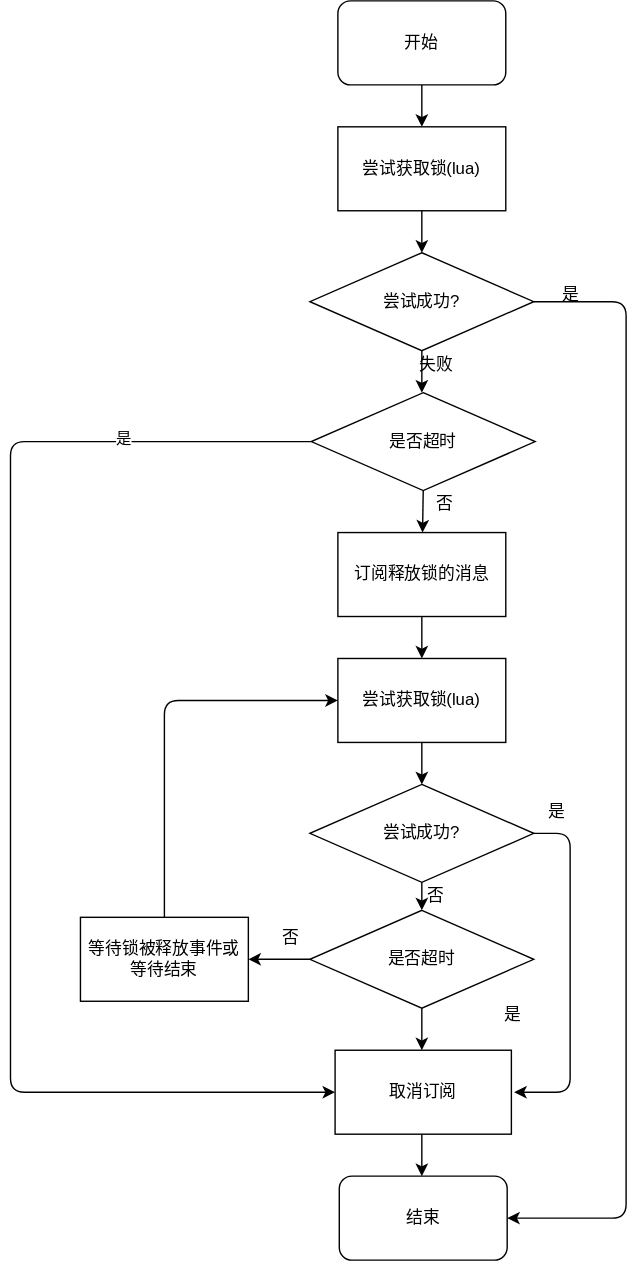
Earlier version of the draw.io export redisson/src/main/resources/md/lock/RedissonLock.dio.svg (VegetableBCoder/redisson-learn). Source tidied: cells renumbered, new cells last; positions are measured from the earlier drawing's top-left corner, leaving out a move shared by most shapes. Its diagram source:
```xml
<mxGraphModel>
  <root>
    <mxCell id="0" />
    <mxCell id="1" parent="0" />
    <mxCell id="2" style="edgeStyle=none;html=1;exitX=0.5;exitY=1;exitDx=0;exitDy=0;entryX=0.5;entryY=0;entryDx=0;entryDy=0;" parent="1" edge="1" source="3" target="5">
      <mxGeometry relative="1" as="geometry" />
    </mxCell>
    <mxCell id="3" value="开始" style="rounded=1;whiteSpace=wrap;html=1;" parent="1" vertex="1">
      <mxGeometry x="234" width="120" height="60" as="geometry" />
    </mxCell>
    <mxCell id="4" style="edgeStyle=none;html=1;exitX=0.5;exitY=1;exitDx=0;exitDy=0;entryX=0.5;entryY=0;entryDx=0;entryDy=0;" parent="1" edge="1" source="5" target="8">
      <mxGeometry relative="1" as="geometry" />
    </mxCell>
    <mxCell id="5" value="尝试获取锁(lua)" style="rounded=0;whiteSpace=wrap;html=1;" parent="1" vertex="1">
      <mxGeometry x="234" y="90" width="120" height="60" as="geometry" />
    </mxCell>
    <mxCell id="6" style="edgeStyle=none;html=1;exitX=0.5;exitY=1;exitDx=0;exitDy=0;entryX=0.5;entryY=0;entryDx=0;entryDy=0;" parent="1" edge="1" source="8">
      <mxGeometry relative="1" as="geometry">
        <mxPoint x="294" y="280" as="targetPoint" />
      </mxGeometry>
    </mxCell>
    <mxCell id="7" style="edgeStyle=none;html=1;exitX=1;exitY=0.5;exitDx=0;exitDy=0;entryX=1;entryY=0.5;entryDx=0;entryDy=0;" parent="1" edge="1" source="8" target="19">
      <mxGeometry relative="1" as="geometry">
        <Array as="points">
          <mxPoint x="440" y="215" />
          <mxPoint x="440" y="870" />
        </Array>
      </mxGeometry>
    </mxCell>
    <mxCell id="8" value="尝试成功?" style="rhombus;whiteSpace=wrap;html=1;" parent="1" vertex="1">
      <mxGeometry x="214" y="180" width="160" height="70" as="geometry" />
    </mxCell>
    <mxCell id="9" style="edgeStyle=none;html=1;exitX=0.5;exitY=1;exitDx=0;exitDy=0;entryX=0.5;entryY=0;entryDx=0;entryDy=0;" parent="1" edge="1" source="11" target="26">
      <mxGeometry relative="1" as="geometry" />
    </mxCell>
    <mxCell id="10" style="edgeStyle=none;html=1;exitX=1;exitY=0.5;exitDx=0;exitDy=0;" parent="1" edge="1" source="11">
      <mxGeometry relative="1" as="geometry">
        <mxPoint x="360" y="780" as="targetPoint" />
        <Array as="points">
          <mxPoint x="400" y="595" />
          <mxPoint x="400" y="780" />
        </Array>
      </mxGeometry>
    </mxCell>
    <mxCell id="11" value="尝试成功?" style="rhombus;whiteSpace=wrap;html=1;" parent="1" vertex="1">
      <mxGeometry x="214" y="560" width="160" height="70" as="geometry" />
    </mxCell>
    <mxCell id="12" value="失败" style="text;html=1;align=center;verticalAlign=middle;strokeColor=none;fillColor=none;" parent="1" vertex="1">
      <mxGeometry x="284" y="250" width="40" height="20" as="geometry" />
    </mxCell>
    <mxCell id="13" style="edgeStyle=none;html=1;exitX=0.5;exitY=1;exitDx=0;exitDy=0;" parent="1" edge="1" source="16" target="18">
      <mxGeometry relative="1" as="geometry" />
    </mxCell>
    <mxCell id="14" style="edgeStyle=none;html=1;entryX=0;entryY=0.5;entryDx=0;entryDy=0;" parent="1" edge="1" source="16" target="32">
      <mxGeometry relative="1" as="geometry">
        <Array as="points">
          <mxPoint y="315" />
          <mxPoint y="780" />
        </Array>
      </mxGeometry>
    </mxCell>
    <mxCell id="15" value="是" style="edgeLabel;html=1;align=center;verticalAlign=middle;" parent="14" vertex="1">
      <mxGeometry x="-0.7" y="-3" relative="1" as="geometry" />
    </mxCell>
    <mxCell id="16" value="是否超时" style="rhombus;whiteSpace=wrap;html=1;" parent="1" vertex="1">
      <mxGeometry x="215" y="280" width="160" height="70" as="geometry" />
    </mxCell>
    <mxCell id="17" style="edgeStyle=none;html=1;exitX=0.5;exitY=1;exitDx=0;exitDy=0;" parent="1" edge="1" source="18" target="21">
      <mxGeometry relative="1" as="geometry" />
    </mxCell>
    <mxCell id="18" value="订阅释放锁的消息" style="rounded=0;whiteSpace=wrap;html=1;" parent="1" vertex="1">
      <mxGeometry x="234" y="380" width="120" height="60" as="geometry" />
    </mxCell>
    <mxCell id="19" value="结束" style="rounded=1;whiteSpace=wrap;html=1;" parent="1" vertex="1">
      <mxGeometry x="235" y="840" width="120" height="60" as="geometry" />
    </mxCell>
    <mxCell id="20" style="edgeStyle=none;html=1;exitX=0.5;exitY=1;exitDx=0;exitDy=0;" parent="1" edge="1" source="21" target="11">
      <mxGeometry relative="1" as="geometry" />
    </mxCell>
    <mxCell id="21" value="尝试获取锁(lua)" style="rounded=0;whiteSpace=wrap;html=1;" parent="1" vertex="1">
      <mxGeometry x="234" y="470" width="120" height="60" as="geometry" />
    </mxCell>
    <mxCell id="22" style="edgeStyle=none;html=1;exitX=0.5;exitY=0;exitDx=0;exitDy=0;entryX=0;entryY=0.5;entryDx=0;entryDy=0;" parent="1" edge="1" source="23" target="21">
      <mxGeometry relative="1" as="geometry">
        <Array as="points">
          <mxPoint x="110" y="500" />
        </Array>
      </mxGeometry>
    </mxCell>
    <mxCell id="23" value="等待锁被释放事件或等待结束" style="rounded=0;whiteSpace=wrap;html=1;" parent="1" vertex="1">
      <mxGeometry x="50" y="655" width="120" height="60" as="geometry" />
    </mxCell>
    <mxCell id="24" style="edgeStyle=none;html=1;exitX=0;exitY=0.5;exitDx=0;exitDy=0;entryX=1;entryY=0.5;entryDx=0;entryDy=0;" parent="1" edge="1" source="26" target="23">
      <mxGeometry relative="1" as="geometry" />
    </mxCell>
    <mxCell id="25" style="edgeStyle=none;html=1;exitX=0.5;exitY=1;exitDx=0;exitDy=0;entryX=0.5;entryY=0;entryDx=0;entryDy=0;" parent="1" edge="1" source="26">
      <mxGeometry relative="1" as="geometry">
        <mxPoint x="294" y="750" as="targetPoint" />
      </mxGeometry>
    </mxCell>
    <mxCell id="26" value="是否超时" style="rhombus;whiteSpace=wrap;html=1;" parent="1" vertex="1">
      <mxGeometry x="214" y="650" width="160" height="70" as="geometry" />
    </mxCell>
    <mxCell id="27" value="否" style="text;html=1;align=center;verticalAlign=middle;strokeColor=none;fillColor=none;" parent="1" vertex="1">
      <mxGeometry x="289" y="630" width="30" height="20" as="geometry" />
    </mxCell>
    <mxCell id="28" value="是" style="text;html=1;align=center;verticalAlign=middle;strokeColor=none;fillColor=none;" parent="1" vertex="1">
      <mxGeometry x="344" y="715" width="30" height="20" as="geometry" />
    </mxCell>
    <mxCell id="29" style="edgeStyle=none;html=1;exitX=0.5;exitY=1;exitDx=0;exitDy=0;entryX=0.5;entryY=0;entryDx=0;entryDy=0;" parent="1" edge="1">
      <mxGeometry relative="1" as="geometry">
        <mxPoint x="294" y="810" as="sourcePoint" />
        <mxPoint x="294" y="840" as="targetPoint" />
      </mxGeometry>
    </mxCell>
    <mxCell id="30" value="否" style="text;html=1;align=center;verticalAlign=middle;strokeColor=none;fillColor=none;" parent="1" vertex="1">
      <mxGeometry x="185" y="660" width="30" height="20" as="geometry" />
    </mxCell>
    <mxCell id="31" value="否" style="text;html=1;align=center;verticalAlign=middle;strokeColor=none;fillColor=none;" parent="1" vertex="1">
      <mxGeometry x="295" y="350" width="30" height="20" as="geometry" />
    </mxCell>
    <mxCell id="32" value="取消订阅" style="rounded=0;whiteSpace=wrap;html=1;" parent="1" vertex="1">
      <mxGeometry x="232" y="750" width="126" height="60" as="geometry" />
    </mxCell>
    <mxCell id="33" value="是" style="text;html=1;align=center;verticalAlign=middle;strokeColor=none;fillColor=none;" parent="1" vertex="1">
      <mxGeometry x="375" y="570" width="30" height="20" as="geometry" />
    </mxCell>
    <mxCell id="34" value="是" style="text;html=1;align=center;verticalAlign=middle;strokeColor=none;fillColor=none;" parent="1" vertex="1">
      <mxGeometry x="385" y="200" width="30" height="20" as="geometry" />
    </mxCell>
  </root>
</mxGraphModel>
```
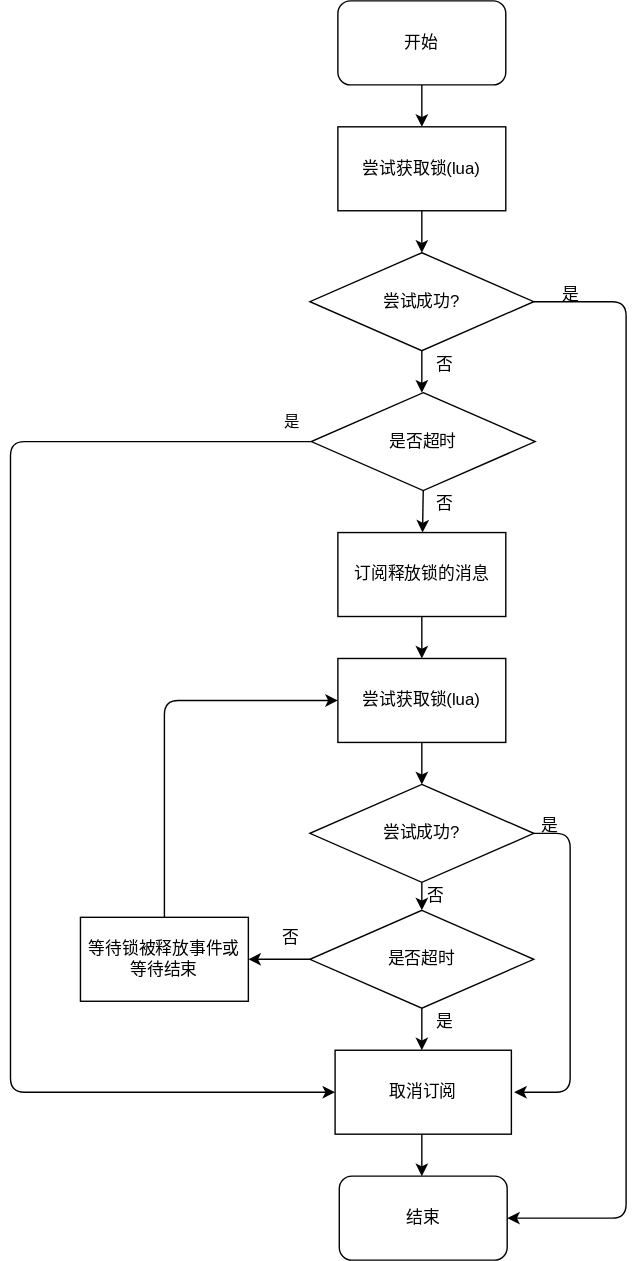
The same diagram one commit later.

The edit, as a diff of the source:
```diff
@@ -45,8 +45,8 @@
     <mxCell id="11" value="尝试成功?" style="rhombus;whiteSpace=wrap;html=1;" parent="1" vertex="1">
       <mxGeometry x="214" y="560" width="160" height="70" as="geometry" />
     </mxCell>
-    <mxCell id="12" value="失败" style="text;html=1;align=center;verticalAlign=middle;strokeColor=none;fillColor=none;" parent="1" vertex="1">
-      <mxGeometry x="284" y="250" width="40" height="20" as="geometry" />
+    <mxCell id="12" value="否" style="text;html=1;align=center;verticalAlign=middle;strokeColor=none;fillColor=none;" parent="1" vertex="1">
+      <mxGeometry x="295" y="250" width="30" height="20" as="geometry" />
     </mxCell>
     <mxCell id="13" style="edgeStyle=none;html=1;exitX=0.5;exitY=1;exitDx=0;exitDy=0;" parent="1" edge="1" source="16" target="18">
       <mxGeometry relative="1" as="geometry" />
@@ -60,7 +60,9 @@
       </mxGeometry>
     </mxCell>
     <mxCell id="15" value="是" style="edgeLabel;html=1;align=center;verticalAlign=middle;" parent="14" vertex="1">
-      <mxGeometry x="-0.7" y="-3" relative="1" as="geometry" />
+      <mxGeometry x="-0.7" y="-3" relative="1" as="geometry">
+        <mxPoint x="120" y="-12" as="offset" />
+      </mxGeometry>
     </mxCell>
     <mxCell id="16" value="是否超时" style="rhombus;whiteSpace=wrap;html=1;" parent="1" vertex="1">
       <mxGeometry x="215" y="280" width="160" height="70" as="geometry" />
@@ -105,7 +107,7 @@
       <mxGeometry x="289" y="630" width="30" height="20" as="geometry" />
     </mxCell>
     <mxCell id="28" value="是" style="text;html=1;align=center;verticalAlign=middle;strokeColor=none;fillColor=none;" parent="1" vertex="1">
-      <mxGeometry x="344" y="715" width="30" height="20" as="geometry" />
+      <mxGeometry x="295" y="720" width="30" height="20" as="geometry" />
     </mxCell>
     <mxCell id="29" style="edgeStyle=none;html=1;exitX=0.5;exitY=1;exitDx=0;exitDy=0;entryX=0.5;entryY=0;entryDx=0;entryDy=0;" parent="1" edge="1">
       <mxGeometry relative="1" as="geometry">
@@ -123,7 +125,7 @@
       <mxGeometry x="232" y="750" width="126" height="60" as="geometry" />
     </mxCell>
     <mxCell id="33" value="是" style="text;html=1;align=center;verticalAlign=middle;strokeColor=none;fillColor=none;" parent="1" vertex="1">
-      <mxGeometry x="375" y="570" width="30" height="20" as="geometry" />
+      <mxGeometry x="370" y="580" width="30" height="20" as="geometry" />
     </mxCell>
     <mxCell id="34" value="是" style="text;html=1;align=center;verticalAlign=middle;strokeColor=none;fillColor=none;" parent="1" vertex="1">
       <mxGeometry x="385" y="200" width="30" height="20" as="geometry" />
```
